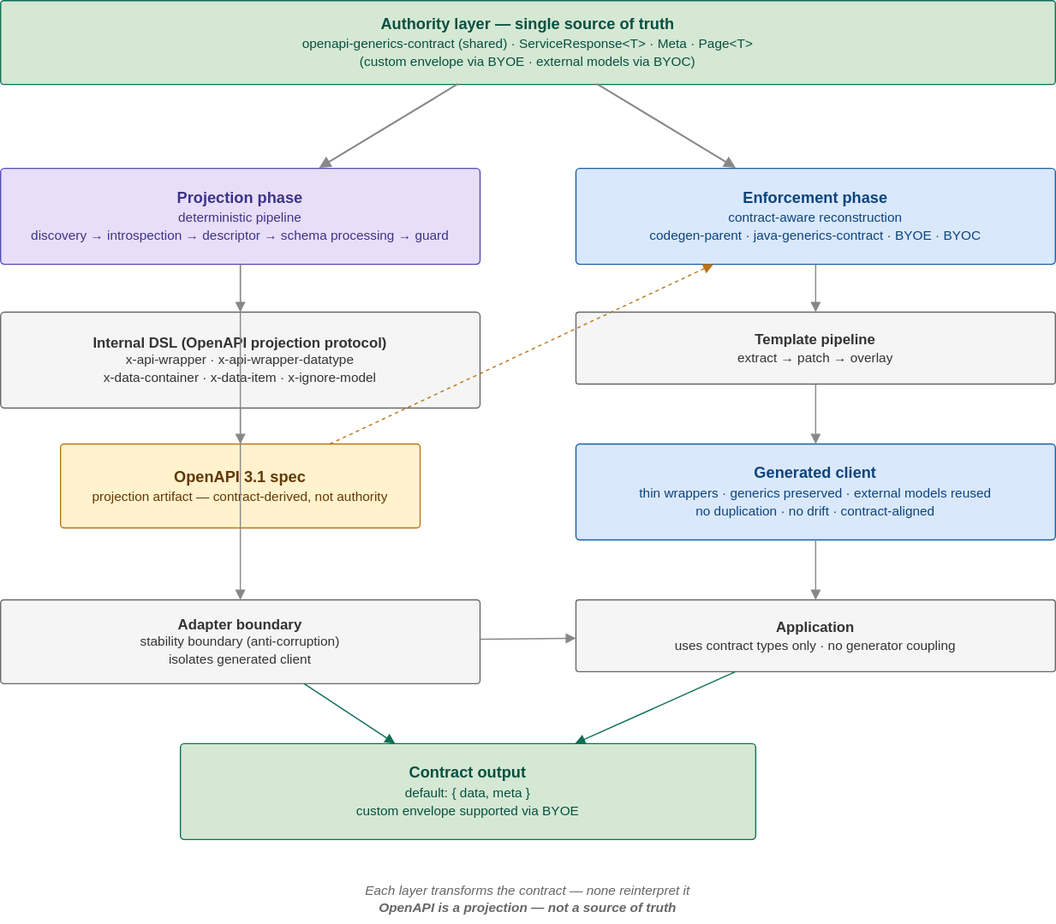
This is docs/images/architecture/openapi-generics-architecture.svg from blueprint-platform/openapi-generics, a draw.io export, as it was before one commit. Source tidied: cells renumbered, new cells last; positions are measured from the earlier drawing's top-left corner, leaving out a move shared by most shapes.
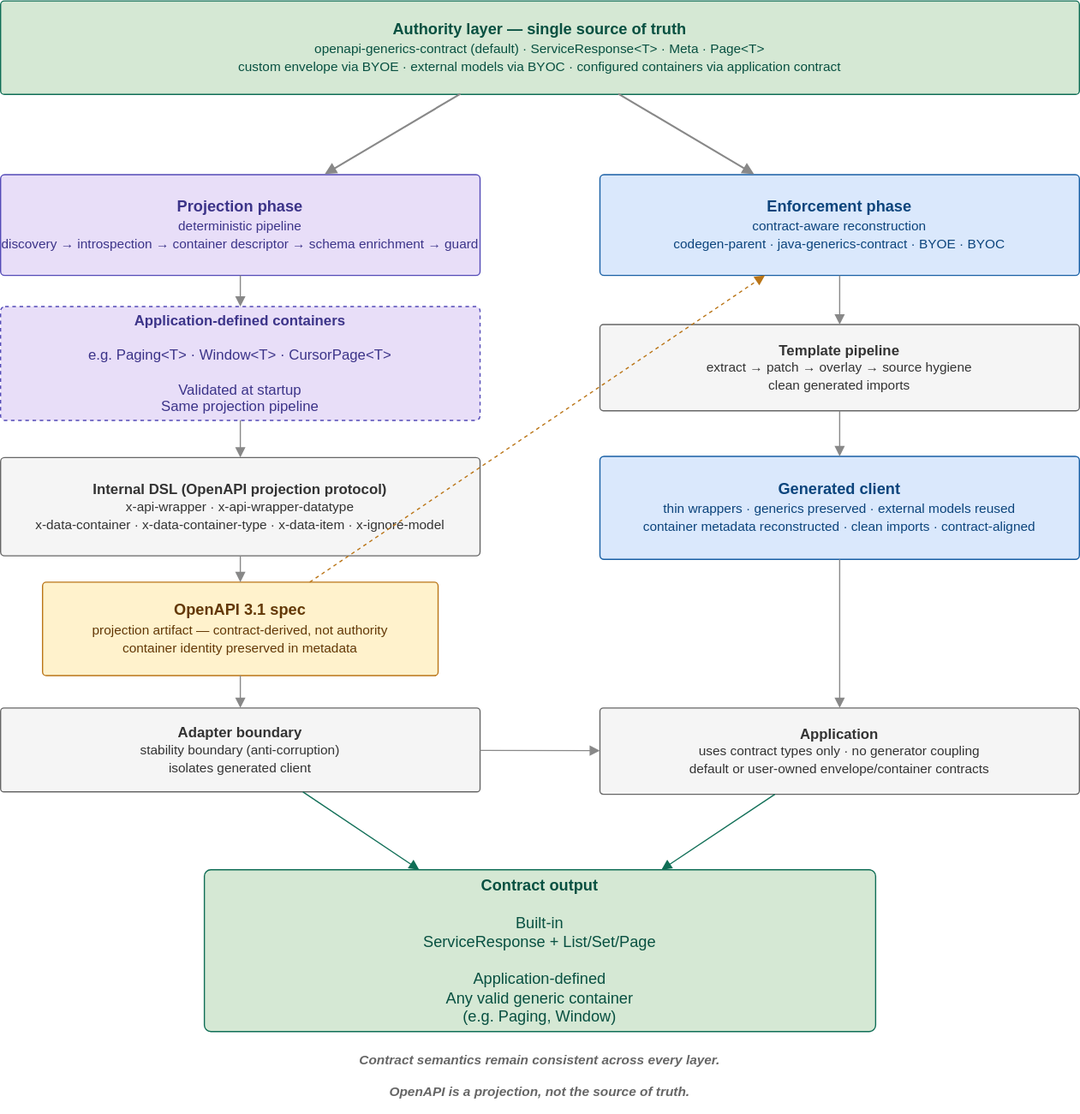
Later version of the same file.

Change to the diagram source:
```diff
@@ -2,38 +2,41 @@
   <root>
     <mxCell id="0" />
     <mxCell id="1" parent="0" />
-    <mxCell id="2" value="&lt;b&gt;Authority layer — single source of truth&lt;/b&gt;&lt;br&gt;&lt;div&gt;&lt;span style=&quot;font-size: 11px;&quot;&gt;openapi-generics-contract (shared) · ServiceResponse&amp;lt;T&amp;gt; · Meta · Page&amp;lt;T&amp;gt;&lt;/span&gt;&lt;/div&gt;&lt;div&gt;&lt;span style=&quot;font-size: 11px;&quot;&gt;(custom envelope via BYOE · external models via BYOC)&lt;/span&gt;&lt;/div&gt;" style="rounded=1;whiteSpace=wrap;html=1;fillColor=#d5e8d4;strokeColor=#0f6e56;fontColor=#085041;fontSize=13;verticalAlign=middle;arcSize=4;" parent="1" vertex="1">
-      <mxGeometry width="880" height="70" as="geometry" />
+    <mxCell id="2" value="&lt;b&gt;Authority layer — single source of truth&lt;/b&gt;&lt;br&gt;&lt;div&gt;&lt;span style=&quot;font-size: 11px;&quot;&gt;openapi-generics-contract (default) · ServiceResponse&amp;lt;T&amp;gt; · Meta · Page&amp;lt;T&amp;gt;&lt;/span&gt;&lt;/div&gt;&lt;div&gt;&lt;span style=&quot;font-size: 11px;&quot;&gt;custom envelope via BYOE · external models via BYOC · configured containers via application contract&lt;/span&gt;&lt;/div&gt;" style="rounded=1;whiteSpace=wrap;html=1;fillColor=#d5e8d4;strokeColor=#0f6e56;fontColor=#085041;fontSize=13;verticalAlign=middle;arcSize=4;" parent="1" vertex="1">
+      <mxGeometry width="900" height="78" as="geometry" />
     </mxCell>
-    <mxCell id="3" value="&lt;b&gt;Projection phase&lt;/b&gt;&lt;br&gt;&lt;font style=&quot;font-size:11px&quot;&gt;deterministic pipeline&lt;br&gt;discovery → introspection → descriptor → schema processing → guard&lt;/font&gt;" style="rounded=1;whiteSpace=wrap;html=1;fillColor=#e8def8;strokeColor=#534AB7;fontColor=#3C3489;fontSize=13;verticalAlign=middle;arcSize=4;" parent="1" vertex="1">
-      <mxGeometry y="140" width="400" height="80" as="geometry" />
+    <mxCell id="3" value="&lt;b&gt;Projection phase&lt;/b&gt;&lt;br&gt;&lt;font style=&quot;font-size:11px&quot;&gt;deterministic pipeline&lt;br&gt;discovery → introspection → container descriptor → schema enrichment → guard&lt;/font&gt;" style="rounded=1;whiteSpace=wrap;html=1;fillColor=#e8def8;strokeColor=#534AB7;fontColor=#3C3489;fontSize=13;verticalAlign=middle;arcSize=4;" parent="1" vertex="1">
+      <mxGeometry y="145" width="400" height="84" as="geometry" />
     </mxCell>
+    <mxCell id="25" value="&lt;div&gt;&lt;b&gt;Application-defined containers&lt;/b&gt;&lt;/div&gt;&lt;div&gt;&lt;b&gt;&lt;br&gt;&lt;/b&gt;&lt;/div&gt;&lt;div&gt;e.g. Paging&amp;lt;T&amp;gt; · Window&amp;lt;T&amp;gt; · CursorPage&amp;lt;T&amp;gt;&lt;/div&gt;&lt;div&gt;&lt;br&gt;&lt;/div&gt;&lt;div&gt;Validated at startup&lt;/div&gt;&lt;div&gt;Same projection pipeline&lt;/div&gt;" style="rounded=1;whiteSpace=wrap;html=1;fillColor=#e8def8;strokeColor=#534AB7;fontColor=#3C3489;fontSize=12;verticalAlign=middle;arcSize=4;dashed=1;" parent="1" vertex="1">
+      <mxGeometry y="255" width="400" height="95" as="geometry" />
+    </mxCell>
-    <mxCell id="4" value="&lt;b&gt;Internal DSL (OpenAPI projection protocol)&lt;/b&gt;&lt;br&gt;&lt;font style=&quot;font-size:11px&quot;&gt;x-api-wrapper · x-api-wrapper-datatype&lt;br&gt;x-data-container · x-data-item · x-ignore-model&lt;/font&gt;" style="rounded=1;whiteSpace=wrap;html=1;fillColor=#f5f5f5;strokeColor=#666666;fontColor=#333333;fontSize=12;verticalAlign=middle;arcSize=4;" parent="1" vertex="1">
-      <mxGeometry y="260" width="400" height="80" as="geometry" />
+    <mxCell id="4" value="&lt;b&gt;Internal DSL (OpenAPI projection protocol)&lt;/b&gt;&lt;br&gt;&lt;font style=&quot;font-size:11px&quot;&gt;x-api-wrapper · x-api-wrapper-datatype&lt;br&gt;x-data-container · x-data-container-type · x-data-item · x-ignore-model&lt;/font&gt;" style="rounded=1;whiteSpace=wrap;html=1;fillColor=#f5f5f5;strokeColor=#666666;fontColor=#333333;fontSize=12;verticalAlign=middle;arcSize=4;" parent="1" vertex="1">
+      <mxGeometry y="381" width="400" height="82" as="geometry" />
     </mxCell>
-    <mxCell id="5" value="&lt;b&gt;OpenAPI 3.1 spec&lt;/b&gt;&lt;br&gt;&lt;font style=&quot;font-size:11px&quot;&gt;projection artifact — contract-derived, not authority&lt;/font&gt;" style="rounded=1;whiteSpace=wrap;html=1;fillColor=#fff2cc;strokeColor=#BA7517;fontColor=#633806;fontSize=13;verticalAlign=middle;arcSize=4;" parent="1" vertex="1">
-      <mxGeometry x="50" y="370" width="300" height="70" as="geometry" />
+    <mxCell id="5" value="&lt;b&gt;OpenAPI 3.1 spec&lt;/b&gt;&lt;br&gt;&lt;font style=&quot;font-size:11px&quot;&gt;projection artifact — contract-derived, not authority&lt;br&gt;container identity preserved in metadata&lt;/font&gt;" style="rounded=1;whiteSpace=wrap;html=1;fillColor=#fff2cc;strokeColor=#BA7517;fontColor=#633806;fontSize=13;verticalAlign=middle;arcSize=4;" parent="1" vertex="1">
+      <mxGeometry x="35" y="485" width="330" height="78" as="geometry" />
     </mxCell>
     <mxCell id="6" value="&lt;b&gt;Enforcement phase&lt;/b&gt;&lt;br&gt;&lt;font style=&quot;font-size:11px&quot;&gt;contract-aware reconstruction&lt;br&gt;codegen-parent · java-generics-contract · BYOE · BYOC&lt;/font&gt;" style="rounded=1;whiteSpace=wrap;html=1;fillColor=#dae8fc;strokeColor=#185FA5;fontColor=#0C447C;fontSize=13;verticalAlign=middle;arcSize=4;" parent="1" vertex="1">
-      <mxGeometry x="480" y="140" width="400" height="80" as="geometry" />
+      <mxGeometry x="500" y="145" width="400" height="84" as="geometry" />
     </mxCell>
-    <mxCell id="7" value="&lt;b&gt;Template pipeline&lt;/b&gt;&lt;br&gt;&lt;font style=&quot;font-size:11px&quot;&gt;extract → patch → overlay&lt;/font&gt;" style="rounded=1;whiteSpace=wrap;html=1;fillColor=#f5f5f5;strokeColor=#666666;fontColor=#333333;fontSize=12;verticalAlign=middle;arcSize=4;" parent="1" vertex="1">
-      <mxGeometry x="480" y="260" width="400" height="60" as="geometry" />
+    <mxCell id="7" value="&lt;b&gt;Template pipeline&lt;/b&gt;&lt;br&gt;&lt;font style=&quot;font-size:11px&quot;&gt;extract → patch → overlay → source hygiene&lt;br&gt;clean generated imports&lt;/font&gt;" style="rounded=1;whiteSpace=wrap;html=1;fillColor=#f5f5f5;strokeColor=#666666;fontColor=#333333;fontSize=12;verticalAlign=middle;arcSize=4;" parent="1" vertex="1">
+      <mxGeometry x="500" y="270" width="400" height="72" as="geometry" />
     </mxCell>
-    <mxCell id="8" value="&lt;b&gt;Generated client&lt;/b&gt;&lt;br&gt;&lt;div&gt;&lt;span style=&quot;font-size:11px&quot;&gt;thin wrappers · generics preserved · external models reused&lt;/span&gt;&lt;/div&gt;&lt;div&gt;&lt;span style=&quot;font-size:11px&quot;&gt;no duplication · no drift · contract-aligned&lt;/span&gt;&lt;/div&gt;" style="rounded=1;whiteSpace=wrap;html=1;fillColor=#dae8fc;strokeColor=#185FA5;fontColor=#0C447C;fontSize=13;verticalAlign=middle;arcSize=4;" parent="1" vertex="1">
-      <mxGeometry x="480" y="370" width="400" height="80" as="geometry" />
+    <mxCell id="8" value="&lt;b&gt;Generated client&lt;/b&gt;&lt;br&gt;&lt;div&gt;&lt;span style=&quot;font-size:11px&quot;&gt;thin wrappers · generics preserved · external models reused&lt;/span&gt;&lt;/div&gt;&lt;div&gt;&lt;span style=&quot;font-size:11px&quot;&gt;container metadata reconstructed · clean imports · contract-aligned&lt;/span&gt;&lt;/div&gt;" style="rounded=1;whiteSpace=wrap;html=1;fillColor=#dae8fc;strokeColor=#185FA5;fontColor=#0C447C;fontSize=13;verticalAlign=middle;arcSize=4;" parent="1" vertex="1">
+      <mxGeometry x="500" y="380" width="400" height="86" as="geometry" />
     </mxCell>
     <mxCell id="9" value="&lt;b&gt;Adapter boundary&lt;/b&gt;&lt;br&gt;&lt;font style=&quot;font-size:11px&quot;&gt;stability boundary (anti-corruption)&lt;br&gt;isolates generated client&lt;/font&gt;" style="rounded=1;whiteSpace=wrap;html=1;fillColor=#f5f5f5;strokeColor=#666666;fontColor=#333333;fontSize=12;verticalAlign=middle;arcSize=4;" parent="1" vertex="1">
-      <mxGeometry y="500" width="400" height="70" as="geometry" />
+      <mxGeometry y="590" width="400" height="70" as="geometry" />
     </mxCell>
-    <mxCell id="10" value="&lt;b&gt;Application&lt;/b&gt;&lt;br&gt;&lt;font style=&quot;font-size:11px&quot;&gt;uses contract types only · no generator coupling&lt;/font&gt;" style="rounded=1;whiteSpace=wrap;html=1;fillColor=#f5f5f5;strokeColor=#666666;fontColor=#333333;fontSize=12;verticalAlign=middle;arcSize=4;" parent="1" vertex="1">
-      <mxGeometry x="480" y="500" width="400" height="60" as="geometry" />
+    <mxCell id="10" value="&lt;b&gt;Application&lt;/b&gt;&lt;br&gt;&lt;font style=&quot;font-size:11px&quot;&gt;uses contract types only · no generator coupling&lt;br&gt;default or user-owned envelope/container contracts&lt;/font&gt;" style="rounded=1;whiteSpace=wrap;html=1;fillColor=#f5f5f5;strokeColor=#666666;fontColor=#333333;fontSize=12;verticalAlign=middle;arcSize=4;" parent="1" vertex="1">
+      <mxGeometry x="500" y="590" width="400" height="72" as="geometry" />
     </mxCell>
-    <mxCell id="11" value="&lt;b&gt;Contract output&lt;/b&gt;&lt;br&gt;&lt;font style=&quot;font-size:11px&quot;&gt;default: { data, meta }&lt;br&gt;custom envelope supported via BYOE&lt;/font&gt;" style="rounded=1;whiteSpace=wrap;html=1;fillColor=#d5e8d4;strokeColor=#0f6e56;fontColor=#085041;fontSize=13;verticalAlign=middle;arcSize=4;" parent="1" vertex="1">
-      <mxGeometry x="150" y="620" width="480" height="80" as="geometry" />
+    <mxCell id="11" value="&lt;div&gt;&lt;b&gt;Contract output&lt;/b&gt;&lt;/div&gt;&lt;div&gt;&lt;b&gt;&lt;br&gt;&lt;/b&gt;&lt;/div&gt;&lt;div&gt;Built-in&lt;/div&gt;&lt;div&gt;ServiceResponse + List/Set/Page&lt;/div&gt;&lt;div&gt;&lt;br&gt;&lt;/div&gt;&lt;div&gt;Application-defined&lt;/div&gt;&lt;div&gt;Any valid generic container&lt;/div&gt;&lt;div&gt;(e.g. Paging, Window)&lt;/div&gt;" style="rounded=1;whiteSpace=wrap;html=1;fillColor=#d5e8d4;strokeColor=#0f6e56;fontColor=#085041;fontSize=13;verticalAlign=middle;arcSize=4;" parent="1" vertex="1">
+      <mxGeometry x="170" y="725" width="560" height="135" as="geometry" />
     </mxCell>
-    <mxCell id="12" value="Each layer transforms the contract — none reinterpret it&lt;br&gt;&lt;b&gt;OpenAPI is a projection — not a source of truth&lt;/b&gt;" style="text;html=1;strokeColor=none;fillColor=none;align=center;verticalAlign=middle;whiteSpace=wrap;fontSize=11;fontColor=#666666;fontStyle=2;" parent="1" vertex="1">
-      <mxGeometry y="730" width="880" height="40" as="geometry" />
+    <mxCell id="12" value="&lt;p class=&quot;p1&quot;&gt;&lt;b&gt;Contract semantics remain consistent across every layer.&lt;/b&gt;&lt;span class=&quot;s2&quot;&gt;&lt;br&gt;&lt;br&gt;&lt;/span&gt;&lt;span class=&quot;s1&quot;&gt;&lt;b&gt;OpenAPI is a projection, not the source of truth.&lt;/b&gt;&lt;/span&gt;&lt;/p&gt;" style="text;html=1;strokeColor=none;fillColor=none;align=center;verticalAlign=middle;whiteSpace=wrap;fontSize=11;fontColor=#666666;fontStyle=2;" parent="1" vertex="1">
+      <mxGeometry y="877" width="900" height="40" as="geometry" />
     </mxCell>
     <mxCell id="13" style="endArrow=block;strokeColor=#888888;strokeWidth=1.5;" parent="1" edge="1" source="2" target="3">
       <mxGeometry relative="1" as="geometry" />
@@ -41,9 +44,12 @@
     <mxCell id="14" style="endArrow=block;strokeColor=#888888;strokeWidth=1.5;" parent="1" edge="1" source="2" target="6">
       <mxGeometry relative="1" as="geometry" />
     </mxCell>
-    <mxCell id="15" style="endArrow=block;strokeColor=#888888;" parent="1" edge="1" source="3" target="4">
+    <mxCell id="15" style="endArrow=block;strokeColor=#888888;" parent="1" edge="1" source="3" target="25">
       <mxGeometry relative="1" as="geometry" />
     </mxCell>
+    <mxCell id="26" style="endArrow=block;strokeColor=#888888;" parent="1" edge="1" source="25" target="4">
+      <mxGeometry relative="1" as="geometry" />
+    </mxCell>
     <mxCell id="16" style="endArrow=block;strokeColor=#888888;" parent="1" edge="1" source="4" target="5">
       <mxGeometry relative="1" as="geometry" />
     </mxCell>
@@ -59,7 +65,7 @@
     <mxCell id="20" style="endArrow=block;strokeColor=#888888;" parent="1" edge="1" source="8" target="10">
       <mxGeometry relative="1" as="geometry" />
     </mxCell>
-    <mxCell id="21" style="endArrow=block;strokeColor=#888888;" parent="1" edge="1" source="3" target="9">
+    <mxCell id="21" style="endArrow=block;strokeColor=#888888;" parent="1" edge="1" source="5" target="9">
       <mxGeometry relative="1" as="geometry" />
     </mxCell>
     <mxCell id="22" style="endArrow=block;strokeColor=#888888;" parent="1" edge="1" source="9" target="10">
```
